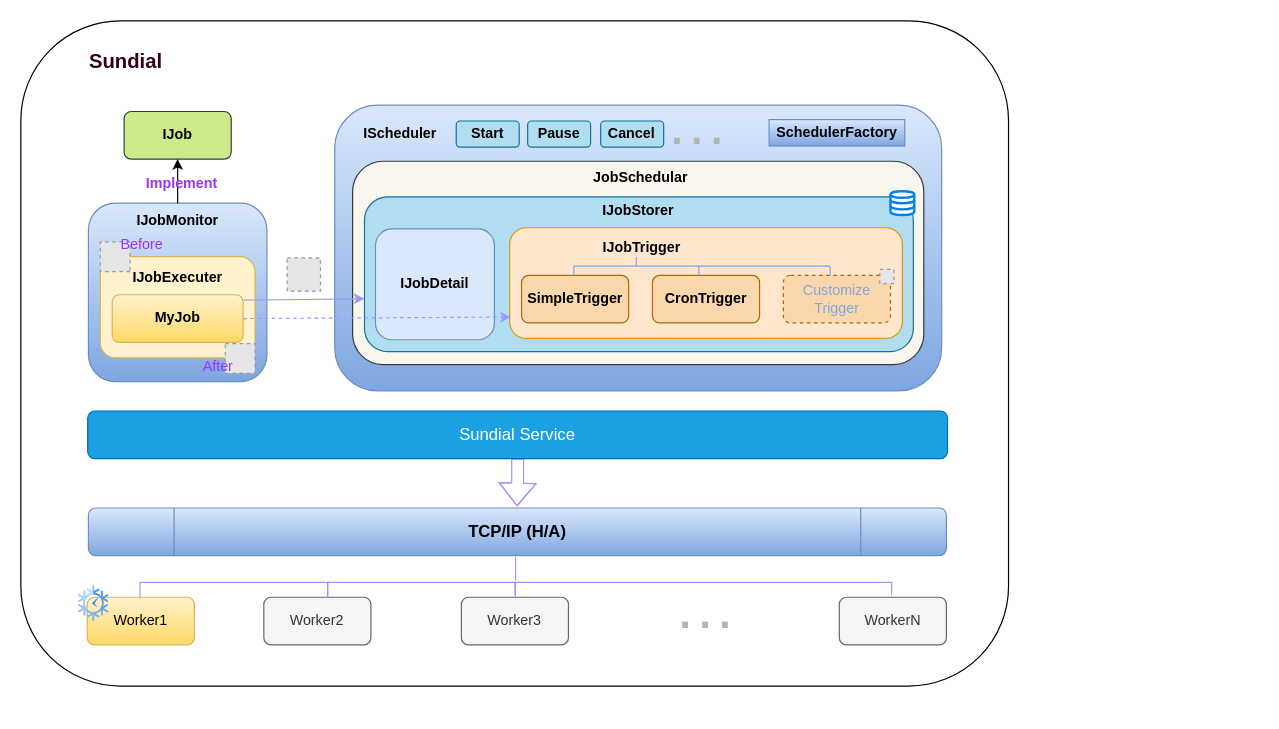
MonkSoul/Sundial keeps this draw.io diagram as drawio/Sundial.drawio. Above is the earlier version. Source tidied: cells renumbered, new cells numbered last; positions are measured from the earlier drawing's top-left corner, leaving out a move shared by most shapes. Both pictures are drawn from the tidied source at 119%, with x=0, y=0 at pixel (20, 20). Pictures stored in the file or linked from it are replaced by grey dashed boxes.
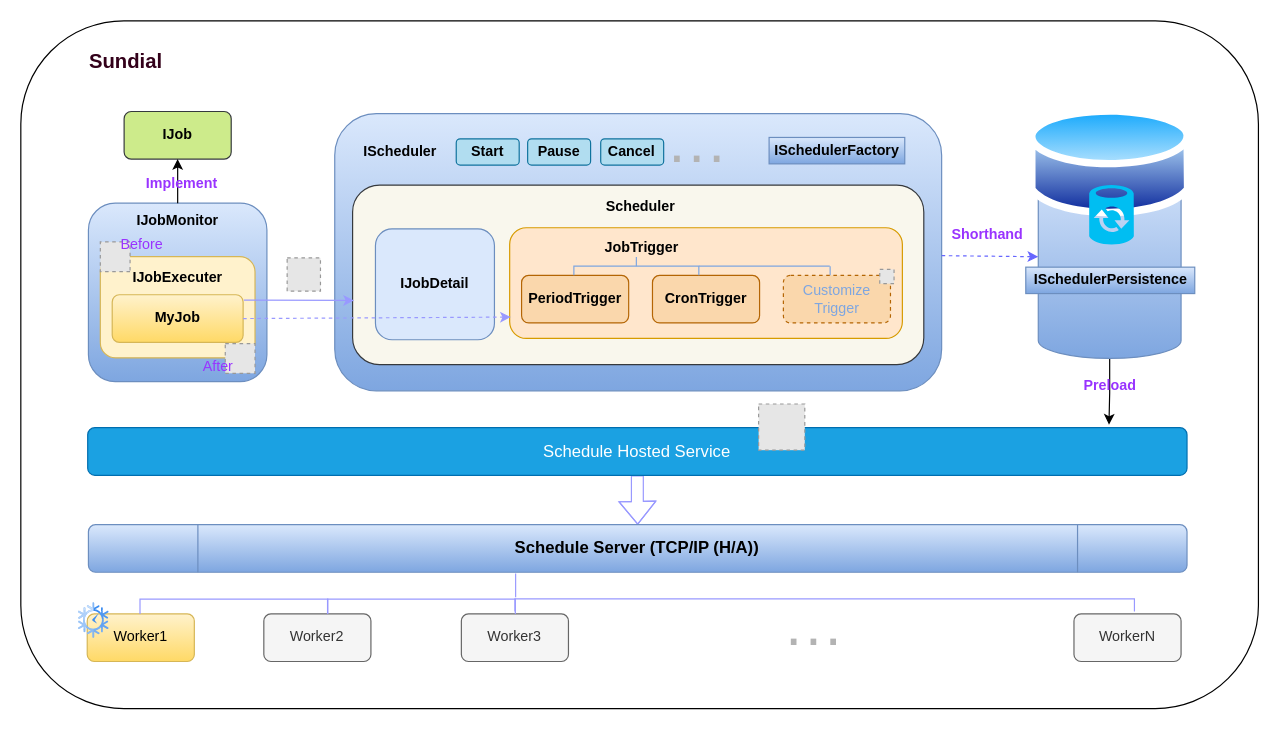
The same diagram, later.

The change refers to these unchanged cells:
```xml
<mxCell id="20" value="MyJob" style="rounded=1;whiteSpace=wrap;html=1;fontStyle=1;fillColor=#fff2cc;strokeColor=#d6b656;gradientColor=#ffd966;" parent="1" vertex="1">
  <mxGeometry x="76.8" y="230.2" width="110" height="40" as="geometry" />
</mxCell>
```

Diff of the diagram source:
```diff
@@
     <mxCell id="2" style="rounded=1;whiteSpace=wrap;html=1;fontSize=14;strokeWidth=1;" parent="1" vertex="1">
-      <mxGeometry width="830" height="559" as="geometry" />
+      <mxGeometry width="1040" height="578" as="geometry" />
     </mxCell>
     <mxCell id="3" style="rounded=1;whiteSpace=wrap;html=1;strokeColor=#6c8ebf;strokeWidth=1;fillColor=#dae8fc;gradientColor=#7ea6e0;" parent="1" vertex="1">
-      <mxGeometry x="263.8" y="70.9" width="510" height="240" as="geometry" />
+      <mxGeometry x="263.8" y="78" width="510" height="232.9" as="geometry" />
     </mxCell>
@@
     <mxCell id="6" style="rounded=1;whiteSpace=wrap;html=1;fillColor=#f9f7ed;strokeColor=#36393d;" parent="1" vertex="1">
-      <mxGeometry x="278.8" y="118" width="480" height="170.9" as="geometry" />
+      <mxGeometry x="278.8" y="138" width="480" height="150.9" as="geometry" />
     </mxCell>
-    <mxCell id="7" style="rounded=1;whiteSpace=wrap;html=1;fillColor=#b1ddf0;strokeColor=#10739e;" parent="1" vertex="1">
-      <mxGeometry x="288.8" y="148" width="461.2" height="130" as="geometry" />
-    </mxCell>
@@
-    <mxCell id="9" value="SimpleTrigger" style="rounded=1;whiteSpace=wrap;html=1;fillColor=#fad7ac;strokeColor=#b46504;fontStyle=1;" parent="1" vertex="1">
+    <mxCell id="9" value="PeriodTrigger" style="rounded=1;whiteSpace=wrap;html=1;fillColor=#fad7ac;strokeColor=#b46504;fontStyle=1;" parent="1" vertex="1">
       <mxGeometry x="420.8" y="213.9" width="90" height="40" as="geometry" />
     </mxCell>
@@
-    <mxCell id="11" value="IJobTrigger" style="text;html=1;strokeColor=none;fillColor=none;align=center;verticalAlign=middle;whiteSpace=wrap;rounded=0;fontStyle=1;" parent="1" vertex="1">
+    <mxCell id="11" value="JobTrigger" style="text;html=1;strokeColor=none;fillColor=none;align=center;verticalAlign=middle;whiteSpace=wrap;rounded=0;fontStyle=1;" parent="1" vertex="1">
       <mxGeometry x="491.8" y="175.9" width="60" height="30" as="geometry" />
     </mxCell>
@@
-    <mxCell id="13" value="IJobStorer" style="text;html=1;strokeColor=none;fillColor=none;align=center;verticalAlign=middle;whiteSpace=wrap;rounded=0;fontStyle=1;" parent="1" vertex="1">
-      <mxGeometry x="488.8" y="145.2" width="60" height="30" as="geometry" />
-    </mxCell>
-    <mxCell id="14" style="html=1;verticalLabelPosition=bottom;align=center;labelBackgroundColor=#ffffff;verticalAlign=top;strokeWidth=2;strokeColor=#0080F0;shadow=0;dashed=0;shape=mxgraph.ios7.icons.data;" parent="1" vertex="1">
-      <mxGeometry x="730.8" y="143.2" width="20" height="20" as="geometry" />
-    </mxCell>
-    <mxCell id="15" value="JobSchedular" style="text;html=1;strokeColor=none;fillColor=none;align=center;verticalAlign=middle;whiteSpace=wrap;rounded=0;fontStyle=1;" parent="1" vertex="1">
-      <mxGeometry x="491" y="116.9" width="60" height="30" as="geometry" />
+    <mxCell id="15" value="Scheduler" style="text;html=1;strokeColor=none;fillColor=none;align=center;verticalAlign=middle;whiteSpace=wrap;rounded=0;fontStyle=1;" parent="1" vertex="1">
+      <mxGeometry x="491" y="140.9" width="60" height="30" as="geometry" />
     </mxCell>
@@
-    <mxCell id="32" style="endArrow=classic;html=1;rounded=0;fontColor=#9933FF;entryX=0;entryY=0.658;entryDx=0;entryDy=0;entryPerimeter=0;strokeColor=#9999FF;exitX=1.006;exitY=0.113;exitDx=0;exitDy=0;exitPerimeter=0;" parent="1" edge="1" source="20" target="7">
-      <mxGeometry relative="1" as="geometry" />
+    <mxCell id="32" style="endArrow=classic;html=1;rounded=0;fontColor=#9933FF;strokeColor=#9999FF;exitX=1.006;exitY=0.113;exitDx=0;exitDy=0;exitPerimeter=0;" parent="1" edge="1" source="20">
+      <mxGeometry relative="1" as="geometry">
+        <mxPoint x="280" y="235" as="targetPoint" />
+      </mxGeometry>
     </mxCell>
@@
-    <mxCell id="34" value="&lt;span&gt;SchedulerFactory&lt;/span&gt;" style="rounded=0;whiteSpace=wrap;html=1;strokeColor=#6c8ebf;strokeWidth=1;fillColor=#dae8fc;gradientColor=#7ea6e0;fontStyle=1;" parent="1" vertex="1">
-      <mxGeometry x="628.8" y="83" width="114" height="22.2" as="geometry" />
+    <mxCell id="34" value="&lt;span&gt;ISchedulerFactory&lt;/span&gt;" style="rounded=0;whiteSpace=wrap;html=1;strokeColor=#6c8ebf;strokeWidth=1;fillColor=#dae8fc;gradientColor=#7ea6e0;fontStyle=1;" parent="1" vertex="1">
+      <mxGeometry x="628.8" y="98" width="114" height="22.2" as="geometry" />
     </mxCell>
     <mxCell id="35" value="IScheduler" style="text;html=1;strokeColor=none;fillColor=none;align=center;verticalAlign=middle;whiteSpace=wrap;rounded=0;fontStyle=1;" parent="1" vertex="1">
-      <mxGeometry x="288.8" y="80.2" width="60" height="30" as="geometry" />
+      <mxGeometry x="288.8" y="95.2" width="60" height="30" as="geometry" />
     </mxCell>
     <mxCell id="36" value="Start" style="rounded=1;whiteSpace=wrap;html=1;strokeColor=#10739e;strokeWidth=1;fillColor=#b1ddf0;fontStyle=1;" parent="1" vertex="1">
-      <mxGeometry x="365.9" y="84.2" width="52.9" height="22" as="geometry" />
+      <mxGeometry x="365.9" y="99.2" width="52.9" height="22" as="geometry" />
     </mxCell>
     <mxCell id="37" value="Pause" style="rounded=1;whiteSpace=wrap;html=1;strokeColor=#10739e;strokeWidth=1;fillColor=#b1ddf0;fontStyle=1;" parent="1" vertex="1">
-      <mxGeometry x="425.9" y="84.2" width="52.9" height="22" as="geometry" />
+      <mxGeometry x="425.9" y="99.2" width="52.9" height="22" as="geometry" />
     </mxCell>
     <mxCell id="38" value="Cancel" style="rounded=1;whiteSpace=wrap;html=1;strokeColor=#10739e;strokeWidth=1;fillColor=#b1ddf0;fontStyle=1;" parent="1" vertex="1">
-      <mxGeometry x="487.3" y="84.2" width="52.9" height="22" as="geometry" />
+      <mxGeometry x="487.3" y="99.2" width="52.9" height="22" as="geometry" />
     </mxCell>
     <mxCell id="39" value="···" style="text;html=1;align=center;verticalAlign=middle;strokeColor=none;fillColor=none;fontColor=#B3B3B3;fontSize=50;" parent="1" vertex="1">
-      <mxGeometry x="532.8" y="62.2" width="70" height="70" as="geometry" />
+      <mxGeometry x="532.8" y="77.2" width="70" height="70" as="geometry" />
     </mxCell>
-    <mxCell id="40" style="edgeStyle=orthogonalEdgeStyle;rounded=0;jettySize=auto;html=1;fontSize=14;fontColor=#33001A;strokeColor=#9999FF;shape=flexArrow;" parent="1" edge="1" source="41">
-      <mxGeometry relative="1" as="geometry">
-        <mxPoint x="417" y="408" as="targetPoint" />
-      </mxGeometry>
+    <mxCell id="40" style="edgeStyle=orthogonalEdgeStyle;rounded=0;jettySize=auto;html=1;fontSize=14;fontColor=#33001A;strokeColor=#9999FF;shape=flexArrow;" parent="1" edge="1" source="41" target="47">
+      <mxGeometry relative="1" as="geometry" />
     </mxCell>
-    <mxCell id="41" value="Sundial Service" style="rounded=1;whiteSpace=wrap;html=1;fontSize=14;strokeColor=#006EAF;strokeWidth=1;fillColor=#1ba1e2;fontColor=#ffffff;" parent="1" vertex="1">
-      <mxGeometry x="56.2" y="327.9" width="722.5" height="40" as="geometry" />
+    <mxCell id="41" value="Schedule Hosted Service" style="rounded=1;whiteSpace=wrap;html=1;fontSize=14;strokeColor=#006EAF;strokeWidth=1;fillColor=#1ba1e2;fontColor=#ffffff;" parent="1" vertex="1">
+      <mxGeometry x="56.2" y="341.9" width="923.8" height="40" as="geometry" />
     </mxCell>
     <mxCell id="42" value="Worker1" style="rounded=1;whiteSpace=wrap;html=1;fillColor=#fff2cc;strokeColor=#d6b656;fontStyle=0;gradientColor=#ffd966;" parent="1" vertex="1">
-      <mxGeometry x="55.8" y="484.4" width="90" height="40" as="geometry" />
+      <mxGeometry x="55.8" y="498.4" width="90" height="40" as="geometry" />
     </mxCell>
     <mxCell id="43" value="Worker2" style="rounded=1;whiteSpace=wrap;html=1;fillColor=#f5f5f5;strokeColor=#666666;fontStyle=0;fontColor=#333333;" parent="1" vertex="1">
-      <mxGeometry x="204.2" y="484.4" width="90" height="40" as="geometry" />
+      <mxGeometry x="204.2" y="498.4" width="90" height="40" as="geometry" />
     </mxCell>
     <mxCell id="44" value="Worker3" style="rounded=1;whiteSpace=wrap;html=1;fillColor=#f5f5f5;strokeColor=#666666;fontStyle=0;fontColor=#333333;" parent="1" vertex="1">
-      <mxGeometry x="370.2" y="484.4" width="90" height="40" as="geometry" />
+      <mxGeometry x="370.2" y="498.4" width="90" height="40" as="geometry" />
     </mxCell>
     <mxCell id="45" value="WorkerN" style="rounded=1;whiteSpace=wrap;html=1;fontStyle=0;fillColor=#f5f5f5;strokeColor=#666666;fontColor=#333333;" parent="1" vertex="1">
-      <mxGeometry x="687.8" y="484.4" width="90" height="40" as="geometry" />
+      <mxGeometry x="885" y="498.4" width="90" height="40" as="geometry" />
     </mxCell>
     <mxCell id="46" value="···" style="text;html=1;align=center;verticalAlign=middle;strokeColor=none;fillColor=none;fontColor=#B3B3B3;fontSize=50;" parent="1" vertex="1">
-      <mxGeometry x="540" y="469.4" width="70" height="70" as="geometry" />
+      <mxGeometry x="631" y="483.4" width="70" height="70" as="geometry" />
     </mxCell>
-    <mxCell id="47" value="TCP/IP (H/A)" style="shape=process;whiteSpace=wrap;html=1;backgroundOutline=1;rounded=1;fontSize=14;strokeColor=#6c8ebf;strokeWidth=1;fillColor=#dae8fc;fontStyle=1;gradientColor=#7ea6e0;" parent="1" vertex="1">
-      <mxGeometry x="56.8" y="409.4" width="721" height="40" as="geometry" />
+    <mxCell id="47" value="Schedule Server (TCP/IP (H/A))" style="shape=process;whiteSpace=wrap;html=1;backgroundOutline=1;rounded=1;fontSize=14;strokeColor=#6c8ebf;strokeWidth=1;fillColor=#dae8fc;fontStyle=1;gradientColor=#7ea6e0;" parent="1" vertex="1">
+      <mxGeometry x="56.8" y="423.4" width="923.2" height="40" as="geometry" />
     </mxCell>
     <mxCell id="48" style="strokeWidth=1;html=1;shape=mxgraph.flowchart.annotation_1;align=left;rounded=1;fontSize=14;fontColor=#33001A;rotation=90;strokeColor=#9999FF;" parent="1" vertex="1">
-      <mxGeometry x="330.4" y="399.3" width="12.5" height="157.8" as="geometry" />
+      <mxGeometry x="330.4" y="413.3" width="12.5" height="157.8" as="geometry" />
     </mxCell>
     <mxCell id="49" style="strokeWidth=1;html=1;shape=mxgraph.flowchart.annotation_1;align=left;rounded=1;fontSize=14;fontColor=#33001A;rotation=90;strokeColor=#9999FF;" parent="1" vertex="1">
-      <mxGeometry x="172.8" y="399.3" width="12.5" height="157.8" as="geometry" />
+      <mxGeometry x="172.8" y="413.3" width="12.5" height="157.8" as="geometry" />
     </mxCell>
     <mxCell id="50" style="strokeWidth=1;html=1;shape=mxgraph.flowchart.annotation_1;align=left;rounded=1;fontSize=14;fontColor=#33001A;rotation=90;strokeColor=#9999FF;" parent="1" vertex="1">
-      <mxGeometry x="568.2" y="318.9" width="10.6" height="316.6" as="geometry" />
+      <mxGeometry x="670.2" y="230.8" width="10.6" height="520.6" as="geometry" />
     </mxCell>
     <mxCell id="51" style="line;strokeWidth=1;html=1;rounded=1;fontSize=14;fontColor=#33001A;rotation=90;strokeColor=#9999FF;" parent="1" vertex="1">
-      <mxGeometry x="405.8" y="455.4" width="20" height="10" as="geometry" />
+      <mxGeometry x="405.8" y="469.4" width="20" height="10" as="geometry" />
     </mxCell>
     <mxCell id="52" style="sketch=0;html=1;strokeColor=none;shadow=0;align=center;verticalAlign=top;fillColor=#3B8DF1;shape=mxgraph.gcp2.time_clock;rounded=1;fontSize=14;fontColor=#33001A;" parent="1" vertex="1">
-      <mxGeometry x="48" y="474.5" width="25.8" height="29.9" as="geometry" />
+      <mxGeometry x="48" y="488.5" width="25.8" height="29.9" as="geometry" />
     </mxCell>
@@
+    <mxCell id="54" style="edgeStyle=orthogonalEdgeStyle;rounded=0;jettySize=auto;html=1;entryX=0.929;entryY=-0.063;entryDx=0;entryDy=0;entryPerimeter=0;" parent="1" edge="1" source="55" target="41">
+      <mxGeometry relative="1" as="geometry" />
+    </mxCell>
+    <mxCell id="55" style="shape=cylinder3;whiteSpace=wrap;html=1;boundedLbl=1;backgroundOutline=1;size=15;fillColor=#dae8fc;gradientColor=#7ea6e0;strokeColor=#6c8ebf;" parent="1" vertex="1">
+      <mxGeometry x="855" y="112.8" width="120" height="170.9" as="geometry" />
+    </mxCell>
+    <mxCell id="56" value="Preload" style="text;html=1;align=center;verticalAlign=middle;strokeColor=none;fillColor=none;fontColor=#9933FF;fontStyle=1;" parent="1" vertex="1">
+      <mxGeometry x="880" y="292.2" width="70" height="30" as="geometry" />
+    </mxCell>
+    <mxCell id="57" style="endArrow=classic;html=1;rounded=0;entryX=0;entryY=0.5;entryDx=0;entryDy=0;entryPerimeter=0;dashed=1;strokeColor=#6666FF;" parent="1" edge="1" source="3" target="55">
+      <mxGeometry relative="1" as="geometry" />
+    </mxCell>
+    <mxCell id="58" value="Shorthand" style="text;html=1;align=center;verticalAlign=middle;strokeColor=none;fillColor=none;fontColor=#9933FF;fontStyle=1;" parent="1" vertex="1">
+      <mxGeometry x="772" y="165.2" width="80" height="30" as="geometry" />
+    </mxCell>
+    <mxCell id="59" style="perimeter=ellipsePerimeter;html=1;align=center;shadow=0;dashed=0;spacingTop=3;image;image=img/lib/active_directory/database.svg;" parent="1" vertex="1">
+      <mxGeometry x="847" y="68.2" width="137" height="101.4" as="geometry" />
+    </mxCell>
+    <mxCell id="60" value="ISchedulerPersistence" style="rounded=0;whiteSpace=wrap;html=1;strokeColor=#6c8ebf;strokeWidth=1;fillColor=#dae8fc;gradientColor=#7ea6e0;fontStyle=1;" parent="1" vertex="1">
+      <mxGeometry x="844.5" y="207" width="142" height="22.2" as="geometry" />
+    </mxCell>
+    <mxCell id="61" style="fillColor=#E6E6E6;strokeColor=#999999;dashed=1;html=1;verticalAlign=top;verticalLabelPosition=bottom;labelBackgroundColor=#ffffff;" parent="1" vertex="1">
+      <mxGeometry x="620" y="322" width="38.8" height="38.8" as="geometry" />
+    </mxCell>
+    <mxCell id="62" style="verticalLabelPosition=bottom;html=1;verticalAlign=top;align=center;strokeColor=none;fillColor=#00BEF2;shape=mxgraph.azure.sql_datasync;" parent="1" vertex="1">
+      <mxGeometry x="897.8" y="138" width="37.5" height="50" as="geometry" />
+    </mxCell>
```
